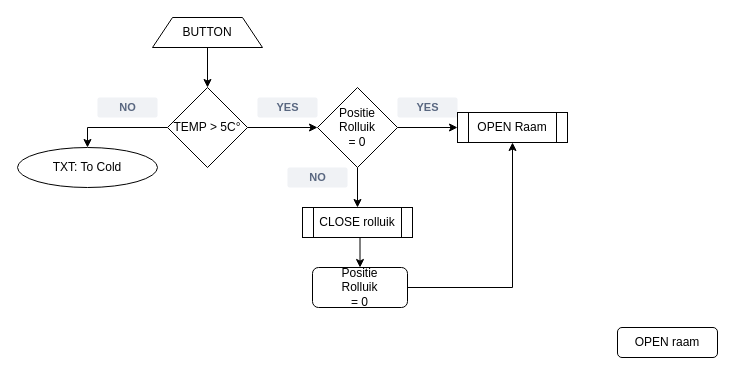
This is page "Ventilatie" (2 of 2) of Untitled Diagram.drawio from barremans/barremans, a draw.io file, before an edit. Source tidied: cells renumbered, new cells numbered last; positions are measured from the earlier drawing's top-left corner, leaving out a move shared by most shapes. Both pictures are drawn from the tidied source at 100%, with x=0, y=0 at pixel (17, 17).
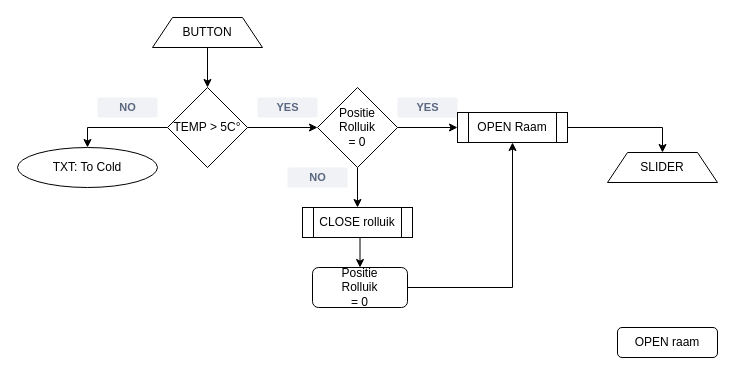
The same page after the edit.

The change refers to these unchanged cells:
```xml
<mxCell id="18" value="OPEN Raam" style="shape=process;whiteSpace=wrap;html=1;backgroundOutline=1;" parent="1" vertex="1">
  <mxGeometry x="440" y="95" width="110" height="30" as="geometry" />
</mxCell>
```

Change to the diagram source:
```diff
@@
+    <mxCell id="21" style="edgeStyle=orthogonalEdgeStyle;rounded=0;jettySize=auto;html=1;exitX=1;exitY=0.5;exitDx=0;exitDy=0;entryX=0.5;entryY=0;entryDx=0;entryDy=0;" parent="1" edge="1" source="18" target="22">
+      <mxGeometry relative="1" as="geometry" />
+    </mxCell>
@@
+    <mxCell id="22" value="SLIDER" style="shape=trapezoid;perimeter=trapezoidPerimeter;whiteSpace=wrap;html=1;fixedSize=1;" parent="1" vertex="1">
+      <mxGeometry x="590" y="135" width="110" height="30" as="geometry" />
+    </mxCell>
```
